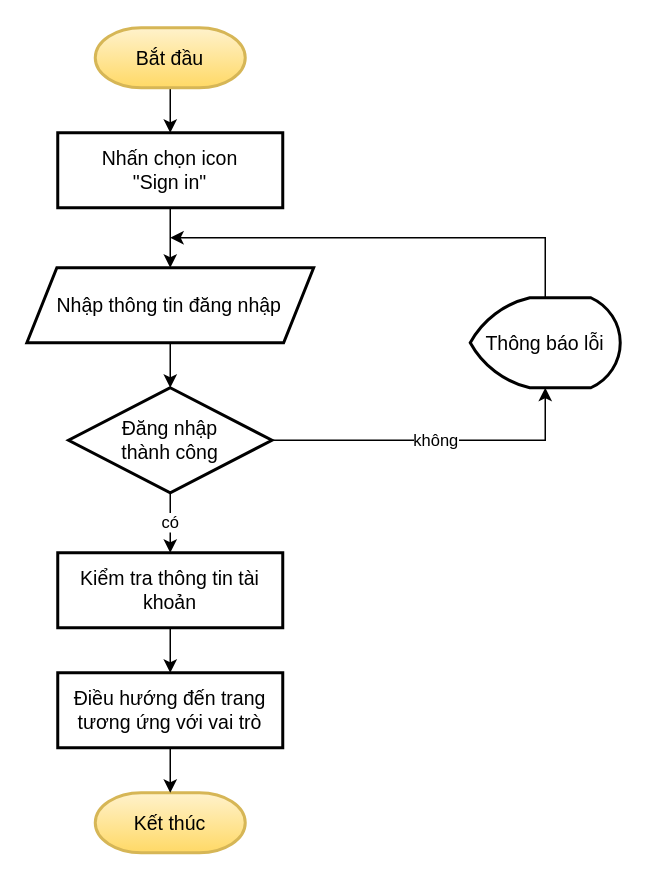
Earlier version of the draw.io diagram Diagrams/Flowchart/cus_login.drawio (vfon98/thesis-storozone-documents). Source tidied: cells renumbered, new cells numbered last; positions are measured from the earlier drawing's top-left corner, leaving out a move shared by most shapes. Both pictures are drawn from the tidied source at 150%, with x=0, y=0 at pixel (26, 27).
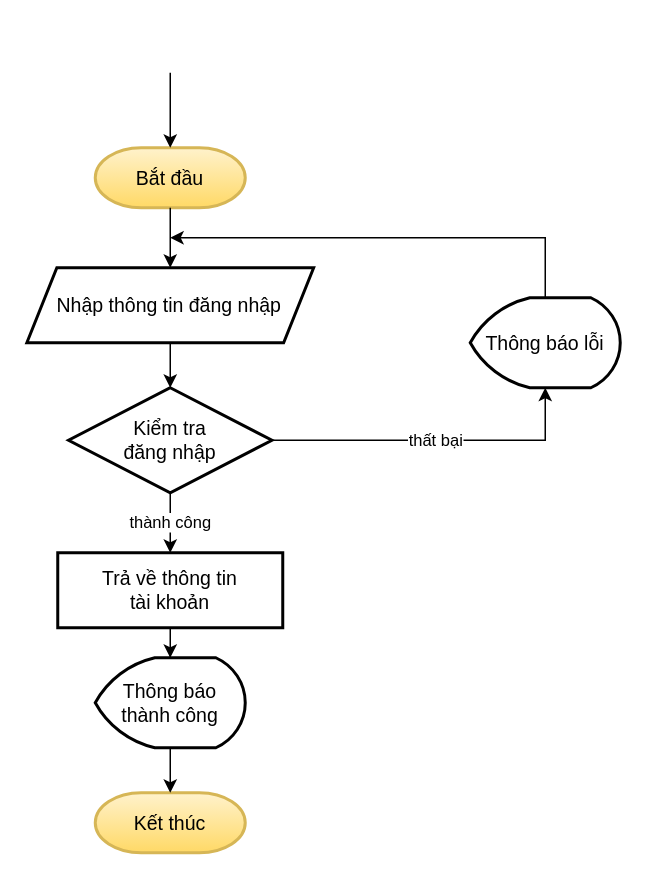
Above is the later version.

The edit, as a diff of the source:
```diff
@@
 <mxGraphModel>
   <root>
     <mxCell id="0" />
     <mxCell id="1" parent="0" />
-    <mxCell id="2" style="edgeStyle=orthogonalEdgeStyle;rounded=0;jettySize=auto;html=1;" parent="1" edge="1" source="3" target="6">
-      <mxGeometry relative="1" as="geometry" />
-    </mxCell>
     <mxCell id="3" value="Bắt đầu" style="strokeWidth=2;html=1;shape=mxgraph.flowchart.terminator;whiteSpace=wrap;labelBorderColor=none;fontSize=13;fontStyle=0;fillColor=#fff2cc;strokeColor=#d6b656;gradientColor=#ffd966;" parent="1" vertex="1">
-      <mxGeometry x="46" width="100" height="40" as="geometry" />
+      <mxGeometry x="46" y="80" width="100" height="40" as="geometry" />
     </mxCell>
     <mxCell id="4" value="Kết thúc" style="strokeWidth=2;html=1;shape=mxgraph.flowchart.terminator;whiteSpace=wrap;labelBorderColor=none;fontSize=13;fontStyle=0;fillColor=#fff2cc;strokeColor=#d6b656;gradientColor=#ffd966;" parent="1" vertex="1">
       <mxGeometry x="46" y="510" width="100" height="40" as="geometry" />
     </mxCell>
-    <mxCell id="5" style="edgeStyle=orthogonalEdgeStyle;rounded=0;jettySize=auto;html=1;" parent="1" edge="1" source="6" target="8">
+    <mxCell id="5" style="edgeStyle=orthogonalEdgeStyle;rounded=0;jettySize=auto;html=1;" parent="1" edge="1" source="3" target="8">
       <mxGeometry relative="1" as="geometry" />
     </mxCell>
-    <mxCell id="6" value="Nhấn chọn icon&lt;br style=&quot;font-size: 13px&quot;&gt;&quot;Sign in&quot;" style="whiteSpace=wrap;html=1;strokeWidth=2;labelBorderColor=none;fontSize=13;fontStyle=0;" parent="1" vertex="1">
-      <mxGeometry x="21" y="70" width="150" height="50" as="geometry" />
-    </mxCell>
     <mxCell id="7" style="edgeStyle=orthogonalEdgeStyle;rounded=0;jettySize=auto;html=1;" parent="1" edge="1" source="8" target="11">
       <mxGeometry relative="1" as="geometry" />
     </mxCell>
     <mxCell id="8" value="Nhập thông tin đăng nhập" style="shape=parallelogram;perimeter=parallelogramPerimeter;whiteSpace=wrap;html=1;fixedSize=1;strokeWidth=2;labelBorderColor=none;fontSize=13;fontStyle=0;" parent="1" vertex="1">
       <mxGeometry x="0.4" y="160" width="191.2" height="50" as="geometry" />
     </mxCell>
-    <mxCell id="9" value="có" style="edgeStyle=orthogonalEdgeStyle;rounded=0;jettySize=auto;html=1;" parent="1" edge="1" source="11" target="13">
-      <mxGeometry relative="1" as="geometry" />
-    </mxCell>
-    <mxCell id="10" value="không" style="edgeStyle=orthogonalEdgeStyle;rounded=0;jettySize=auto;html=1;entryX=0.5;entryY=1;entryDx=0;entryDy=0;entryPerimeter=0;" parent="1" edge="1" source="11" target="17">
+    <mxCell id="10" value="thất bại" style="edgeStyle=orthogonalEdgeStyle;rounded=0;jettySize=auto;html=1;entryX=0.5;entryY=1;entryDx=0;entryDy=0;entryPerimeter=0;" parent="1" edge="1" source="11" target="17">
       <mxGeometry relative="1" as="geometry" />
     </mxCell>
-    <mxCell id="11" value="Đăng nhập&lt;br&gt;thành công" style="rhombus;whiteSpace=wrap;html=1;strokeWidth=2;labelBorderColor=none;fontSize=13;fontStyle=0;" parent="1" vertex="1">
+    <mxCell id="11" value="Kiểm tra&lt;br&gt;đăng nhập" style="rhombus;whiteSpace=wrap;html=1;strokeWidth=2;labelBorderColor=none;fontSize=13;fontStyle=0;" parent="1" vertex="1">
       <mxGeometry x="28.2" y="240" width="135.6" height="70" as="geometry" />
     </mxCell>
-    <mxCell id="12" style="edgeStyle=orthogonalEdgeStyle;rounded=0;jettySize=auto;html=1;" parent="1" edge="1" source="13" target="15">
-      <mxGeometry relative="1" as="geometry" />
-    </mxCell>
-    <mxCell id="13" value="Kiểm tra thông tin tài khoản" style="whiteSpace=wrap;html=1;strokeWidth=2;labelBorderColor=none;fontSize=13;fontStyle=0;" parent="1" vertex="1">
-      <mxGeometry x="21" y="350" width="150" height="50" as="geometry" />
-    </mxCell>
-    <mxCell id="14" style="edgeStyle=orthogonalEdgeStyle;rounded=0;jettySize=auto;html=1;" parent="1" edge="1" source="15" target="4">
-      <mxGeometry relative="1" as="geometry" />
-    </mxCell>
+    <mxCell id="18" style="edgeStyle=orthogonalEdgeStyle;rounded=0;jettySize=auto;html=1;fontSize=21;" parent="1" edge="1" source="15" target="21">
+      <mxGeometry relative="1" as="geometry" />
+    </mxCell>
-    <mxCell id="15" value="Điều hướng đến trang tương ứng với vai trò" style="whiteSpace=wrap;html=1;strokeWidth=2;labelBorderColor=none;fontSize=13;fontStyle=0;" parent="1" vertex="1">
-      <mxGeometry x="21" y="430" width="150" height="50" as="geometry" />
+    <mxCell id="15" value="Trả về thông tin&lt;br&gt;tài khoản" style="whiteSpace=wrap;html=1;strokeWidth=2;labelBorderColor=none;fontSize=13;fontStyle=0;" parent="1" vertex="1">
+      <mxGeometry x="21" y="350" width="150" height="50" as="geometry" />
     </mxCell>
     <mxCell id="16" style="edgeStyle=orthogonalEdgeStyle;rounded=0;jettySize=auto;html=1;" parent="1" edge="1" source="17">
       <mxGeometry relative="1" as="geometry">
         <mxPoint x="96" y="140" as="targetPoint" />
         <Array as="points">
           <mxPoint x="346" y="140" />
           <mxPoint x="96" y="140" />
         </Array>
       </mxGeometry>
     </mxCell>
     <mxCell id="17" value="Thông báo lỗi" style="strokeWidth=2;html=1;shape=mxgraph.flowchart.display;whiteSpace=wrap;labelBorderColor=none;fontSize=13;fontStyle=0;" parent="1" vertex="1">
       <mxGeometry x="296" y="180" width="100" height="60" as="geometry" />
     </mxCell>
+    <mxCell id="19" style="endArrow=classic;html=1;fontSize=21;entryX=0.5;entryY=0;entryDx=0;entryDy=0;entryPerimeter=0;" parent="1" edge="1" target="3">
+      <mxGeometry relative="1" as="geometry">
+        <mxPoint x="96" y="30" as="sourcePoint" />
+      </mxGeometry>
+    </mxCell>
+    <mxCell id="20" style="edgeStyle=orthogonalEdgeStyle;rounded=0;jettySize=auto;html=1;fontSize=21;" parent="1" edge="1" source="21" target="4">
+      <mxGeometry relative="1" as="geometry" />
+    </mxCell>
+    <mxCell id="21" value="Thông báo&lt;br&gt;thành công" style="strokeWidth=2;html=1;shape=mxgraph.flowchart.display;whiteSpace=wrap;labelBorderColor=none;fontSize=13;fontStyle=0;" parent="1" vertex="1">
+      <mxGeometry x="46" y="420" width="100" height="60" as="geometry" />
+    </mxCell>
+    <mxCell id="22" value="thành công" style="edgeStyle=orthogonalEdgeStyle;rounded=0;jettySize=auto;html=1;entryX=0.5;entryY=0;entryDx=0;entryDy=0;exitX=0.5;exitY=1;exitDx=0;exitDy=0;" parent="1" edge="1" source="11" target="15">
+      <mxGeometry relative="1" as="geometry" />
+    </mxCell>
   </root>
 </mxGraphModel>
```
